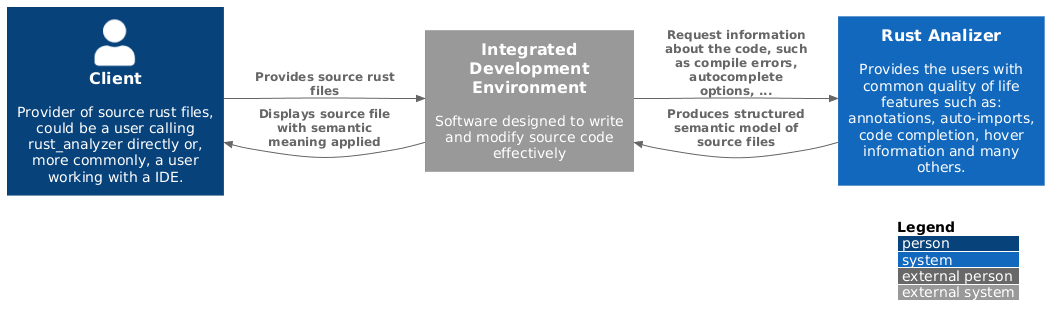
Earlier version of the PlantUML export img/diagrams/architecture/system-context.png (SDATeam10/Project).
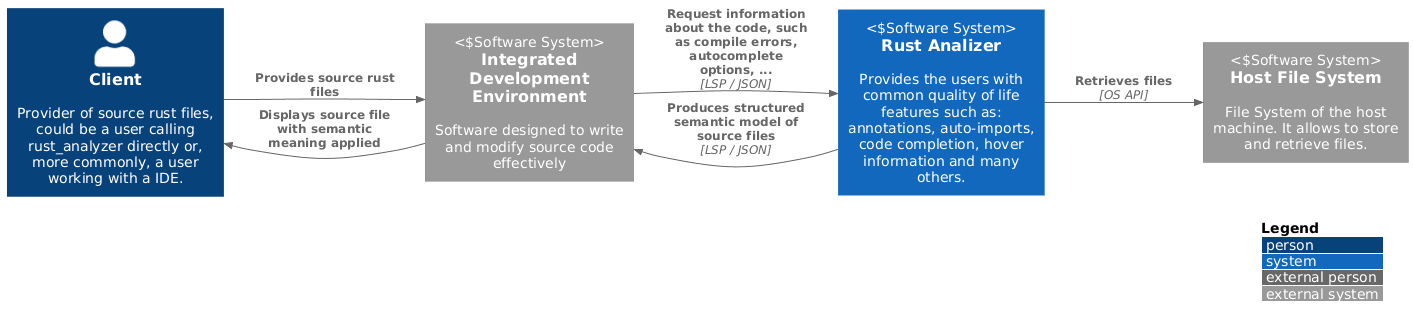
After the commit.

The edit, as a diff of the source:
```diff
@@ -5,12 +5,14 @@
 LAYOUT_WITH_LEGEND()
 
 Person(client, "Client", "Provider of source rust files, could be a user calling rust_analyzer directly or, more commonly, a user working with a IDE.")
-System_Ext(ide, "Integrated Development Environment", "Software designed to write and modify source code effectively")
-System(system, "Rust Analizer", "Provides the users with common quality of life features such as: annotations, auto-imports, code completion, hover information and many others.")
+System_Ext(ide, "Integrated Development Environment", "Software designed to write and modify source code effectively", "Software System")
+System_Ext(file_system, "Host File System", "File System of the host machine. It allows to store and retrieve files.", "Software System")
+System(system, "Rust Analizer", "Provides the users with common quality of life features such as: annotations, auto-imports, code completion, hover information and many others.", "Software System")
 
 Rel(client, ide, "Provides source rust files")
-Rel(ide, system, "Request information about the code, such as compile errors, autocomplete options, ...")
-Rel(system, ide, "Produces structured semantic model of source files")
+Rel(ide, system, "Request information about the code, such as compile errors, autocomplete options, ...", "LSP / JSON")
+Rel(system, ide, "Produces structured semantic model of source files", "LSP / JSON")
 Rel(ide, client, "Displays source file with semantic meaning applied")
+Rel(system, file_system, "Retrieves files", "OS API")
 
 @enduml
```
